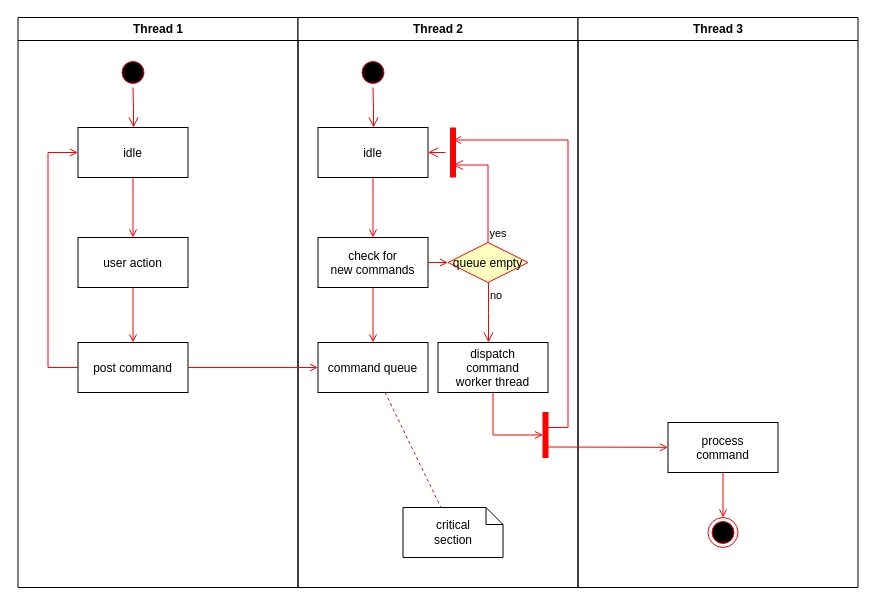
Before: Untitled Diagram.drawio in creazy412/none, a draw.io diagram. Source tidied: cells renumbered, new cells numbered last; positions are measured from the earlier drawing's top-left corner, leaving out a move shared by most shapes. Both pictures are drawn from the tidied source at 100%, with x=0, y=0 at pixel (17, 17).
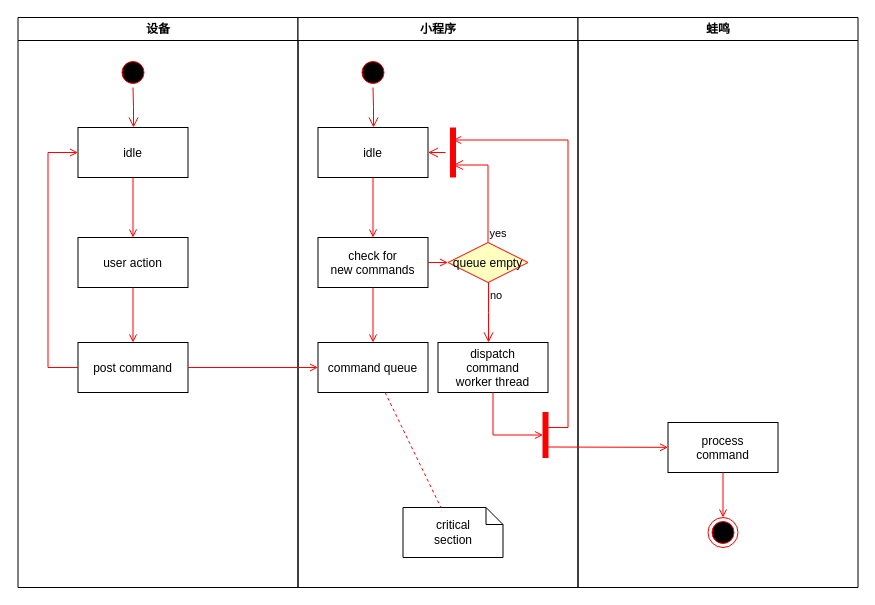
The same page after the edit.

Commit message:
蛙鸣ID-小程序-设备

The edit, as a diff of the source:
```diff
@@
-    <mxCell id="2" value="Thread 1" style="swimlane;whiteSpace=wrap;" parent="1" vertex="1">
+    <mxCell id="2" value="设备" style="swimlane;whiteSpace=wrap;" parent="1" vertex="1">
       <mxGeometry x="0.5" width="280" height="570" as="geometry" />
     </mxCell>
@@
-    <mxCell id="11" value="Thread 2" style="swimlane;whiteSpace=wrap;" parent="1" vertex="1">
+    <mxCell id="11" value="小程序" style="swimlane;whiteSpace=wrap;" parent="1" vertex="1">
       <mxGeometry x="280.5" width="280" height="570" as="geometry" />
     </mxCell>
@@
-    <mxCell id="30" value="Thread 3" style="swimlane;whiteSpace=wrap;" parent="1" vertex="1">
+    <mxCell id="30" value="蛙鸣" style="swimlane;whiteSpace=wrap;" parent="1" vertex="1">
       <mxGeometry x="560.5" width="280" height="570" as="geometry" />
     </mxCell>
```
